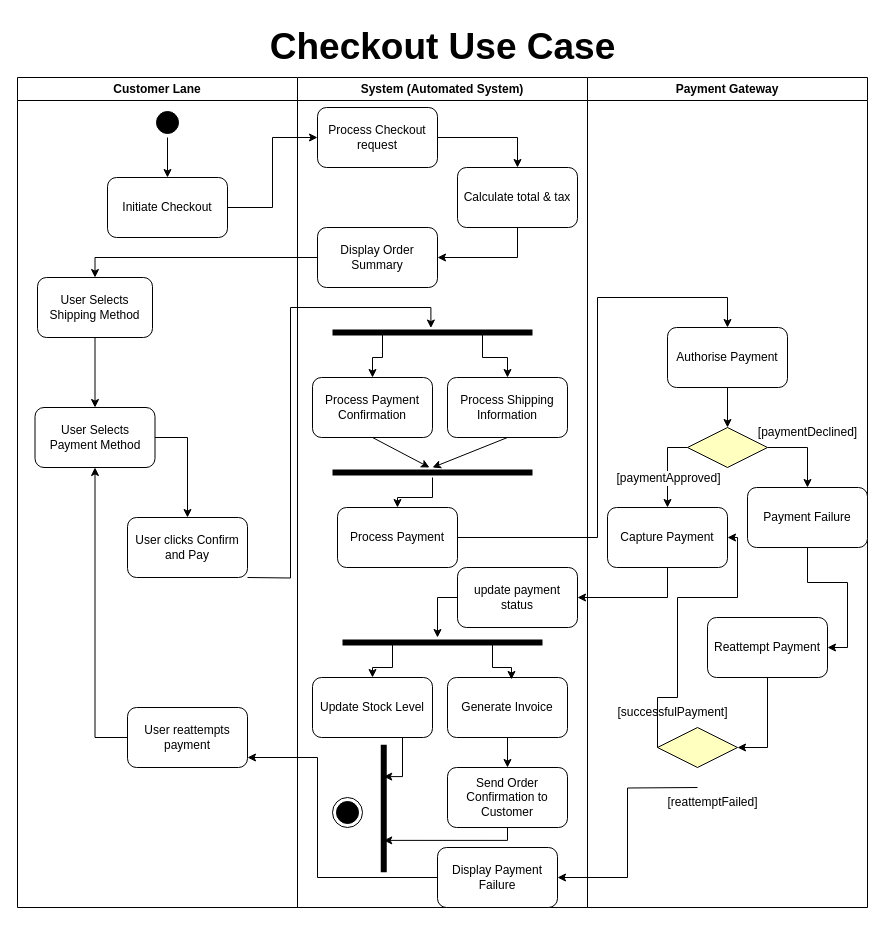
The draw.io diagram ebay-1.drawio in AhmedElamari/Software-design-saved, before the edit. Source tidied: cells renumbered, new cells numbered last; positions are measured from the earlier drawing's top-left corner, leaving out a move shared by most shapes. Both pictures are drawn from the tidied source at 100%, with x=0, y=0 at pixel (17, 17).
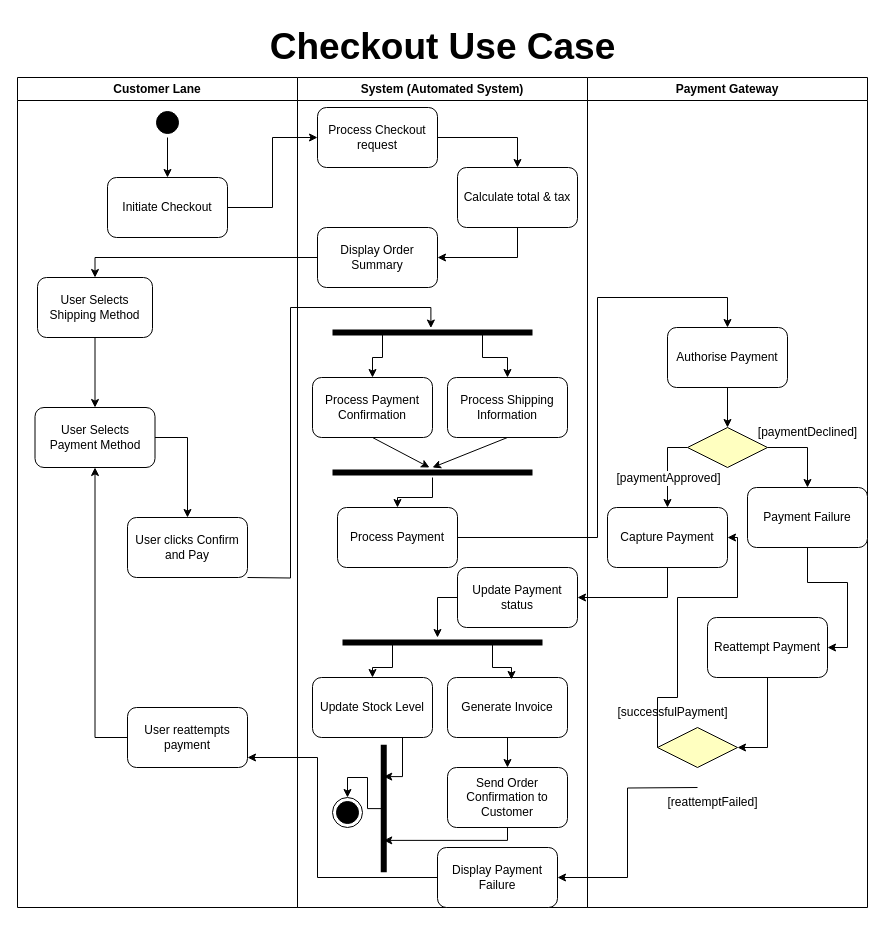
After the change.

Unchanged cells that the change refers to:
```xml
<mxCell id="13" value="System (Automated System)" style="swimlane;whiteSpace=wrap;html=1;" parent="1" vertex="1">
  <mxGeometry x="280" y="60" width="290" height="830" as="geometry" />
</mxCell>
<mxCell id="37" style="ellipse;html=1;shape=endState;fillColor=#000000;strokeColor=#000000;fontColor=#000000;" parent="13" vertex="1">
  <mxGeometry x="35" y="720" width="30" height="30" as="geometry" />
</mxCell>
<mxCell id="44" style="shape=line;html=1;strokeWidth=6;strokeColor=#000000;rotation=90;" parent="13" vertex="1">
  <mxGeometry x="22.5" y="726" width="127.5" height="10" as="geometry" />
</mxCell>
```

The edit, as a diff of the source:
```diff
@@
-    <mxCell id="15" value="update payment status" style="rounded=1;whiteSpace=wrap;html=1;" parent="13" vertex="1">
+    <mxCell id="15" value="Update Payment status" style="rounded=1;whiteSpace=wrap;html=1;" parent="13" vertex="1">
       <mxGeometry x="160" y="490" width="120" height="60" as="geometry" />
     </mxCell>
@@
+    <mxCell id="68" style="edgeStyle=orthogonalEdgeStyle;rounded=0;jettySize=auto;html=1;exitX=0.501;exitY=0.425;exitDx=0;exitDy=0;exitPerimeter=0;entryX=0.5;entryY=0;entryDx=0;entryDy=0;" parent="13" edge="1" source="44" target="37">
+      <mxGeometry relative="1" as="geometry">
+        <Array as="points">
+          <mxPoint x="70" y="731" />
+          <mxPoint x="70" y="700" />
+          <mxPoint x="50" y="700" />
+        </Array>
+      </mxGeometry>
+    </mxCell>
```
